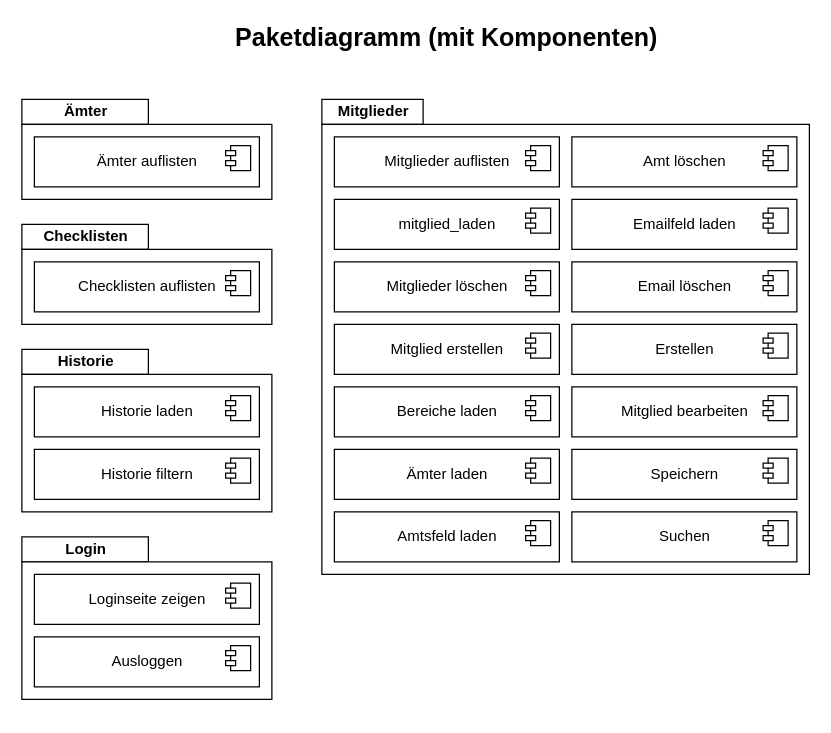
This is page "Paketdiagramm" (3 of 10) of docs/anforderung/files/svg/diagrams_master.drawio from mribrgr/StuRa-Mitgliederdatenbank, a draw.io file, before an edit. Source tidied: cells renumbered, new cells numbered last; positions are measured from the earlier drawing's top-left corner, leaving out a move shared by most shapes. Both pictures are drawn from the tidied source at 125%, with x=0, y=0 at pixel (21, 24).
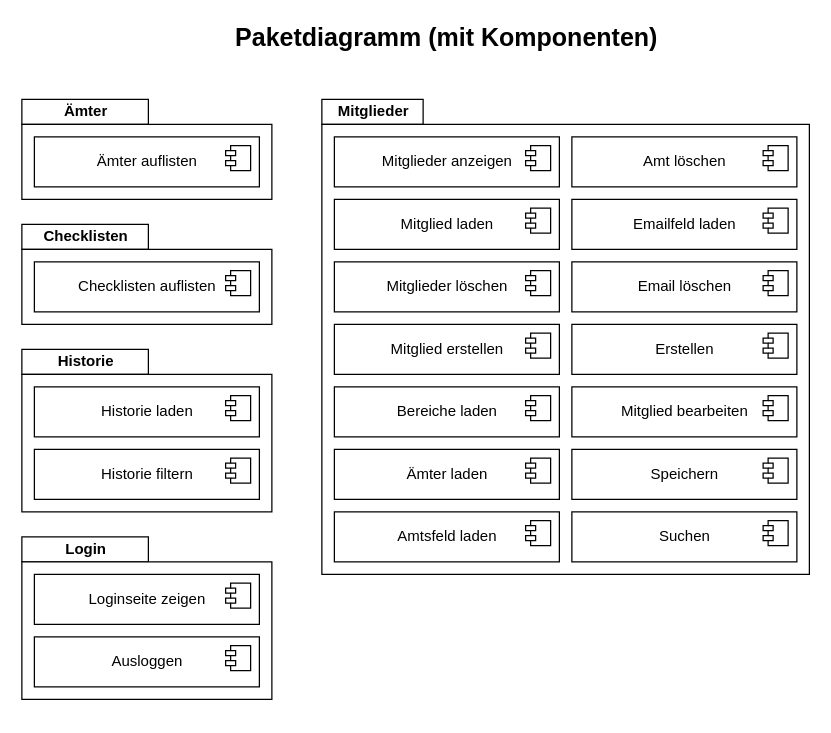
The same page after the edit.

Unchanged cells that the change refers to:
```xml
<mxCell id="27" style="group;" parent="1" vertex="1">
  <mxGeometry x="240" y="60" width="390" height="380" as="geometry" />
</mxCell>
```

What changed in the source:
```diff
@@
-    <mxCell id="30" value="Mitglieder auflisten" style="html=1;" parent="27" vertex="1">
+    <mxCell id="30" value="Mitglieder anzeigen" style="html=1;" parent="27" vertex="1">
       <mxGeometry x="10" y="30" width="180" height="40" as="geometry" />
     </mxCell>
@@
-    <mxCell id="32" value="mitglied_laden" style="html=1;" parent="27" vertex="1">
+    <mxCell id="32" value="Mitglied laden" style="html=1;" parent="27" vertex="1">
       <mxGeometry x="10" y="80" width="180" height="40" as="geometry" />
     </mxCell>
```
